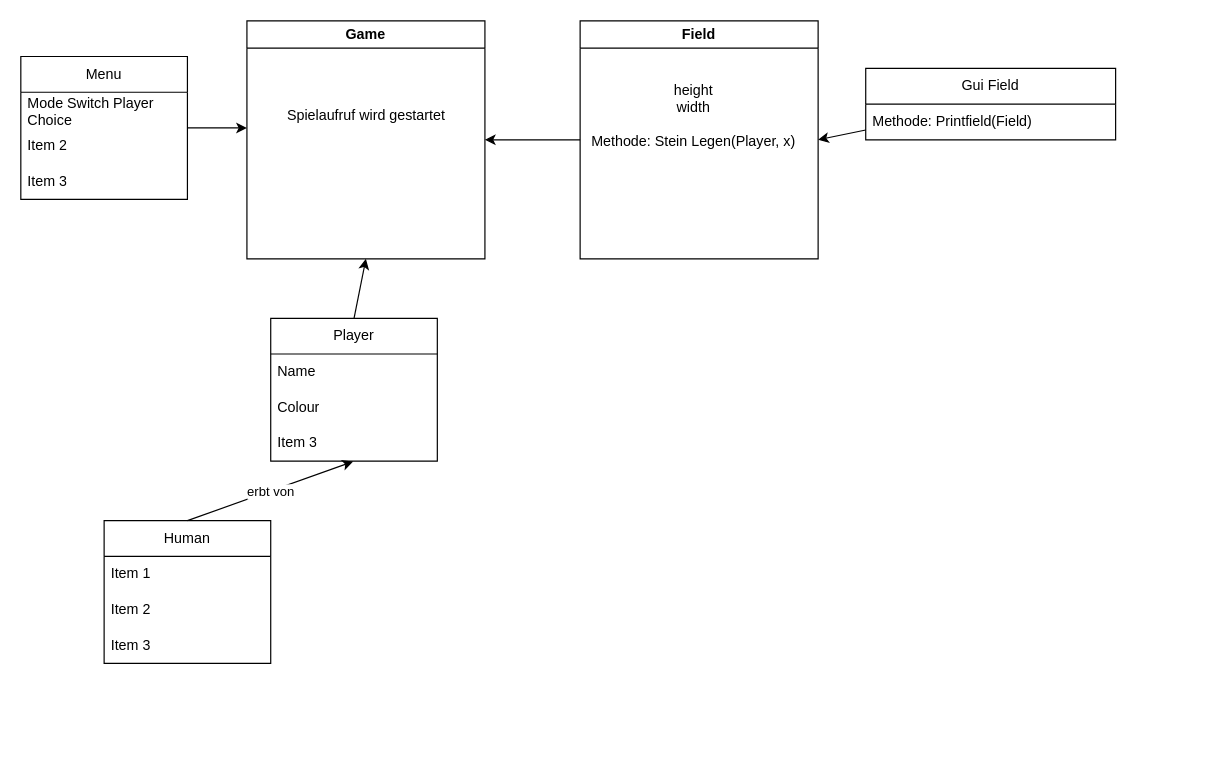
carlFelixSchlass/Connect4 keeps this draw.io diagram as Plan.drawio. Above is the earlier version. Source tidied: cells renumbered, new cells numbered last; positions are measured from the earlier drawing's top-left corner, leaving out a move shared by most shapes. Both pictures are drawn from the tidied source at 119%, with x=0, y=0 at pixel (20, 20).
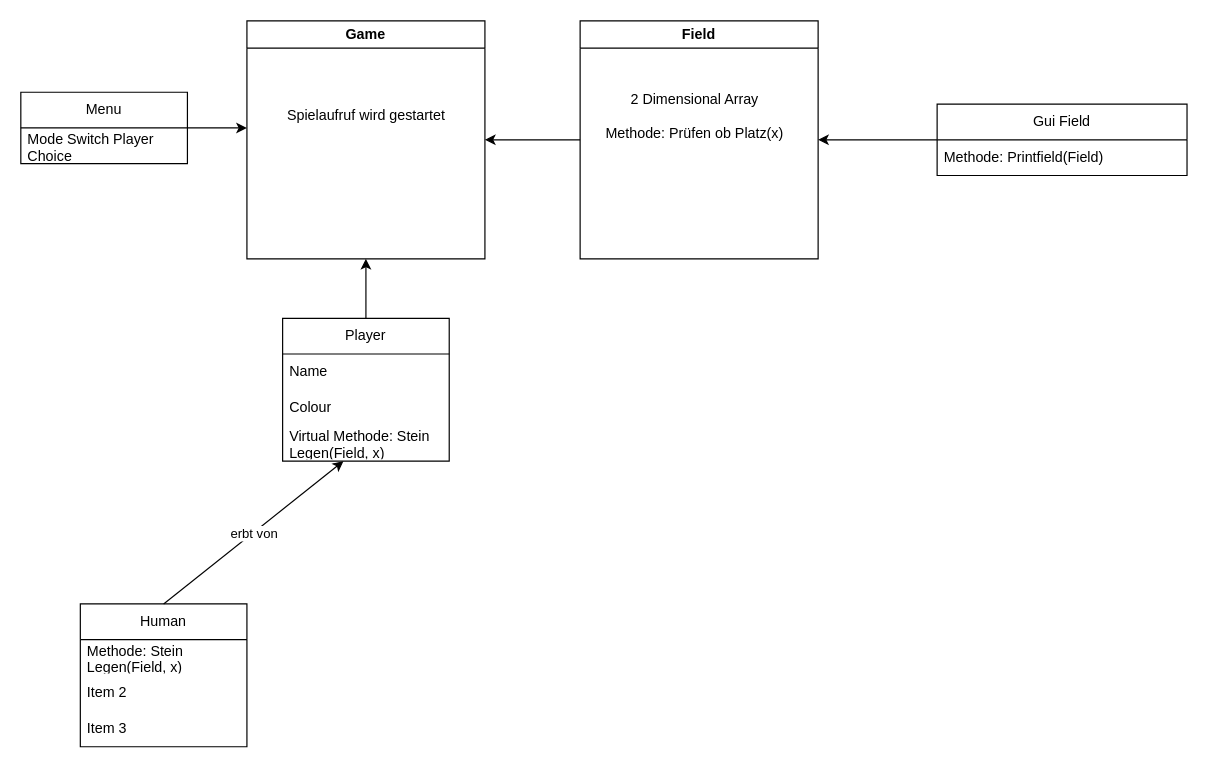
The same page after the edit.

Commit message:
2. Prototyp Plan Nr. 1

Unchanged cells that the change refers to:
```xml
<mxCell id="5" value="Field" style="swimlane;whiteSpace=wrap;html=1;" parent="1" vertex="1">
  <mxGeometry x="470" width="200" height="200" as="geometry" />
</mxCell>
```

What changed in the source:
```diff
@@
-    <mxCell id="6" value="height&lt;br&gt;width&lt;br&gt;&lt;br&gt;Methode: Stein Legen(Player, x)" style="text;html=1;align=center;verticalAlign=middle;strokeColor=none;fillColor=none;" parent="5" vertex="1">
-      <mxGeometry y="45" width="190" height="70" as="geometry" />
+    <mxCell id="6" value="2 Dimensional Array&lt;br&gt;&lt;br&gt;Methode: Prüfen ob Platz(x)" style="text;html=1;align=center;verticalAlign=middle;strokeColor=none;fillColor=none;" parent="5" vertex="1">
+      <mxGeometry x="11" y="50" width="170" height="60" as="geometry" />
     </mxCell>
@@
     <mxCell id="8" value="Player" style="swimlane;fontStyle=0;horizontal=1;startSize=30;whiteSpace=wrap;html=1;" parent="1" vertex="1">
-      <mxGeometry x="210" y="250" width="140" height="120" as="geometry" />
+      <mxGeometry x="220" y="250" width="140" height="120" as="geometry" />
     </mxCell>
@@
-    <mxCell id="11" value="Item 3" style="text;strokeColor=none;fillColor=none;align=left;verticalAlign=middle;spacingLeft=4;spacingRight=4;overflow=hidden;points=[[0,0.5],[1,0.5]];portConstraint=eastwest;whiteSpace=wrap;html=1;" parent="8" vertex="1">
-      <mxGeometry y="90" width="140" height="30" as="geometry" />
-    </mxCell>
+    <mxCell id="26" value="&lt;span style=&quot;text-align: center;&quot;&gt;Virtual Methode: Stein Legen(Field, x)&lt;/span&gt;" style="text;strokeColor=none;fillColor=none;align=left;verticalAlign=middle;spacingLeft=4;spacingRight=4;overflow=hidden;points=[[0,0.5],[1,0.5]];portConstraint=eastwest;whiteSpace=wrap;html=1;" parent="8" vertex="1">
+      <mxGeometry y="90" width="140" height="30" as="geometry" />
+    </mxCell>
     <mxCell id="12" value="Human" style="swimlane;fontStyle=0;horizontal=1;startSize=30;whiteSpace=wrap;html=1;" parent="1" vertex="1">
-      <mxGeometry x="70" y="420" width="140" height="120" as="geometry" />
+      <mxGeometry x="50" y="490" width="140" height="120" as="geometry" />
     </mxCell>
-    <mxCell id="13" style="endArrow=classic;html=1;entryX=0.494;entryY=1.013;entryDx=0;entryDy=0;entryPerimeter=0;" parent="12" edge="1" target="11">
-      <mxGeometry relative="1" as="geometry">
-        <mxPoint x="70" as="sourcePoint" />
-      </mxGeometry>
-    </mxCell>
-    <mxCell id="14" value="erbt von" style="edgeLabel;html=1;align=center;verticalAlign=middle;" parent="13" vertex="1">
-      <mxGeometry relative="1" as="geometry" />
-    </mxCell>
-    <mxCell id="15" value="Item 1" style="text;strokeColor=none;fillColor=none;align=left;verticalAlign=middle;spacingLeft=4;spacingRight=4;overflow=hidden;whiteSpace=wrap;html=1;" parent="12" vertex="1">
+    <mxCell id="15" value="Methode: Stein Legen(Field, x)" style="text;strokeColor=none;fillColor=none;align=left;verticalAlign=middle;spacingLeft=4;spacingRight=4;overflow=hidden;whiteSpace=wrap;html=1;" parent="12" vertex="1">
       <mxGeometry y="30" width="140" height="30" as="geometry" />
     </mxCell>
@@
     <mxCell id="19" value="Gui Field" style="swimlane;fontStyle=0;horizontal=1;startSize=30;whiteSpace=wrap;html=1;" parent="1" vertex="1">
-      <mxGeometry x="710" y="40" width="210" height="60" as="geometry" />
+      <mxGeometry x="770" y="70" width="210" height="60" as="geometry" />
     </mxCell>
@@
     <mxCell id="22" value="Menu" style="swimlane;fontStyle=0;horizontal=1;startSize=30;whiteSpace=wrap;html=1;" parent="1" vertex="1">
-      <mxGeometry y="30" width="140" height="120" as="geometry" />
+      <mxGeometry y="60" width="140" height="60" as="geometry" />
     </mxCell>
@@
-    <mxCell id="24" value="Item 2" style="text;strokeColor=none;fillColor=none;align=left;verticalAlign=middle;spacingLeft=4;spacingRight=4;overflow=hidden;whiteSpace=wrap;html=1;" parent="22" vertex="1">
-      <mxGeometry y="60" width="140" height="30" as="geometry" />
-    </mxCell>
-    <mxCell id="25" value="Item 3" style="text;strokeColor=none;fillColor=none;align=left;verticalAlign=middle;spacingLeft=4;spacingRight=4;overflow=hidden;whiteSpace=wrap;html=1;" parent="22" vertex="1">
-      <mxGeometry y="90" width="140" height="30" as="geometry" />
-    </mxCell>
+    <mxCell id="13" style="endArrow=classic;html=1;exitX=0.5;exitY=0;exitDx=0;exitDy=0;" parent="1" edge="1" source="12" target="26">
+      <mxGeometry relative="1" as="geometry" />
+    </mxCell>
+    <mxCell id="14" value="erbt von" style="edgeLabel;html=1;align=center;verticalAlign=middle;" parent="13" vertex="1">
+      <mxGeometry relative="1" as="geometry" />
+    </mxCell>
```
